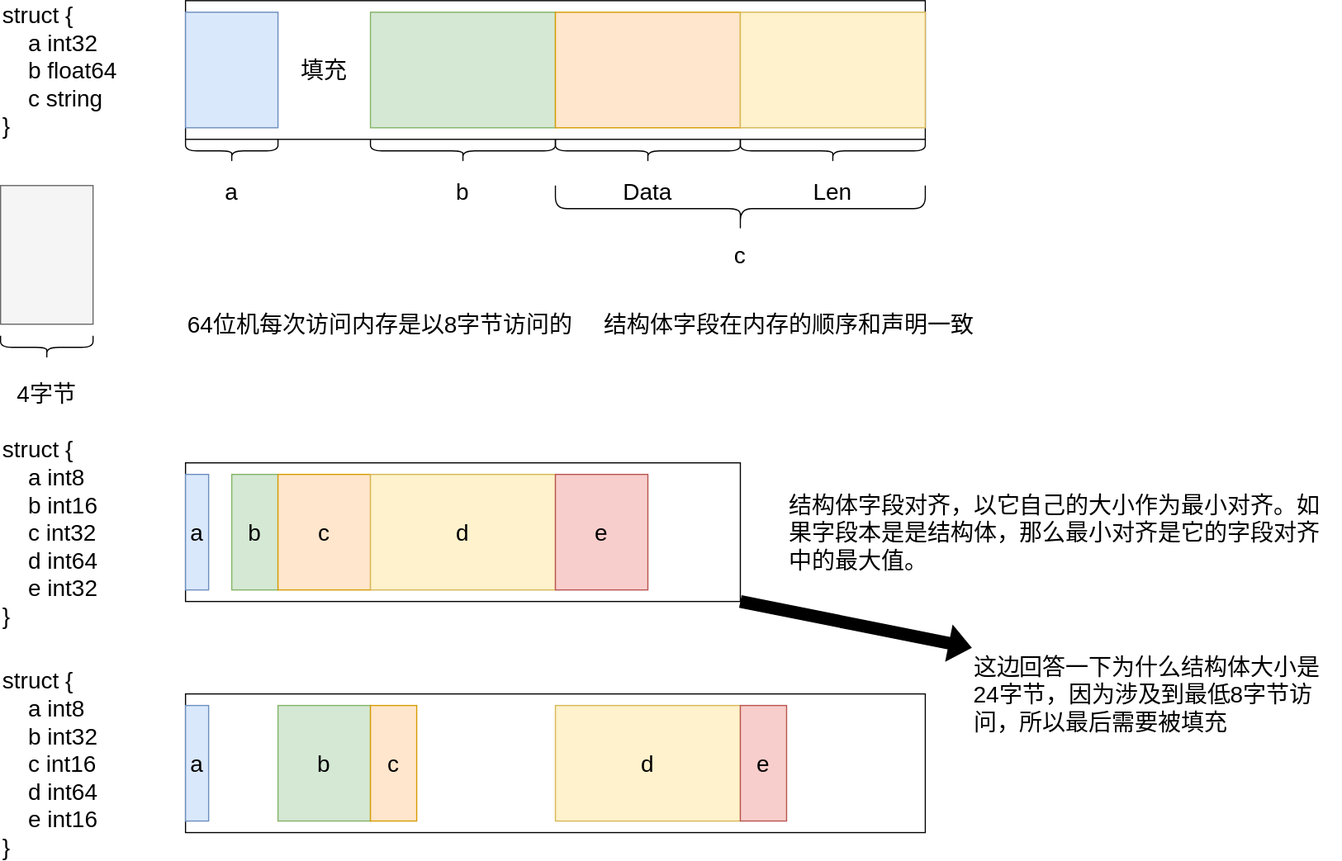
The draw.io diagram advance/doc/go_struct_memory.svg in SuanCaiYv/GoBaseLearn, before a commit. Source tidied: cells renumbered, new cells last; positions are measured from the earlier drawing's top-left corner, leaving out a move shared by most shapes.
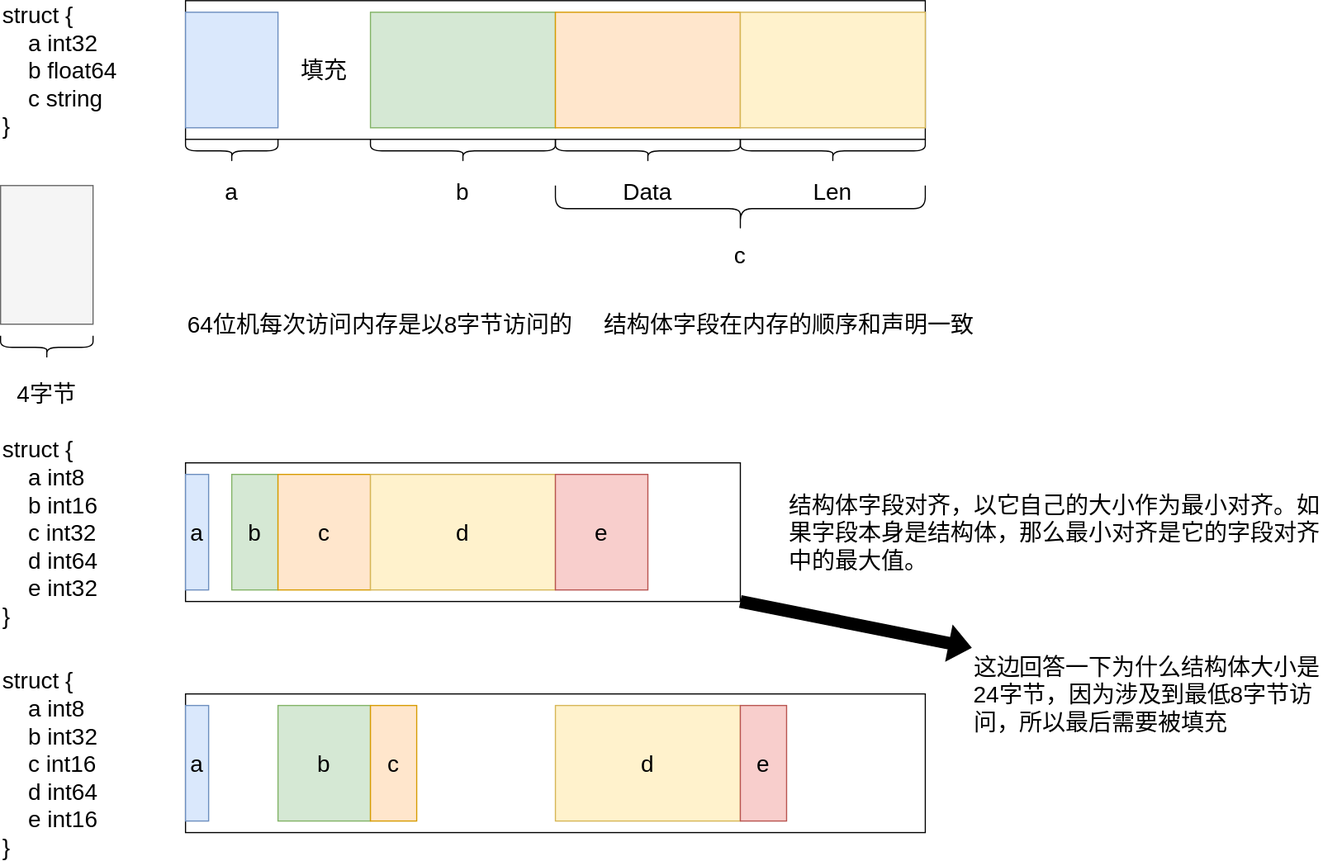
Later version of the same file.

Commit message:
更改了错别字

Change to the diagram source:
```diff
@@ -89,7 +89,7 @@
     <mxCell id="30" value="e" style="rounded=0;whiteSpace=wrap;html=1;fontSize=20;fillColor=#f8cecc;strokeColor=#b85450;" parent="1" vertex="1">
       <mxGeometry x="480" y="410" width="80" height="100" as="geometry" />
     </mxCell>
-    <mxCell id="31" value="结构体字段对齐，以它自己的大小作为最小对齐。如果字段本是是结构体，那么最小对齐是它的字段对齐中的最大值。" style="text;html=1;strokeColor=none;fillColor=none;align=left;verticalAlign=middle;whiteSpace=wrap;rounded=0;fontSize=20;" parent="1" vertex="1">
+    <mxCell id="31" value="结构体字段对齐，以它自己的大小作为最小对齐。如果字段本身是结构体，那么最小对齐是它的字段对齐中的最大值。" style="text;html=1;strokeColor=none;fillColor=none;align=left;verticalAlign=middle;whiteSpace=wrap;rounded=0;fontSize=20;" parent="1" vertex="1">
       <mxGeometry x="680" y="400" width="480" height="120" as="geometry" />
     </mxCell>
     <mxCell id="32" value="结构体字段在内存的顺序和声明一致" style="text;html=1;strokeColor=none;fillColor=none;align=left;verticalAlign=middle;whiteSpace=wrap;rounded=0;fontSize=20;" parent="1" vertex="1">
```
